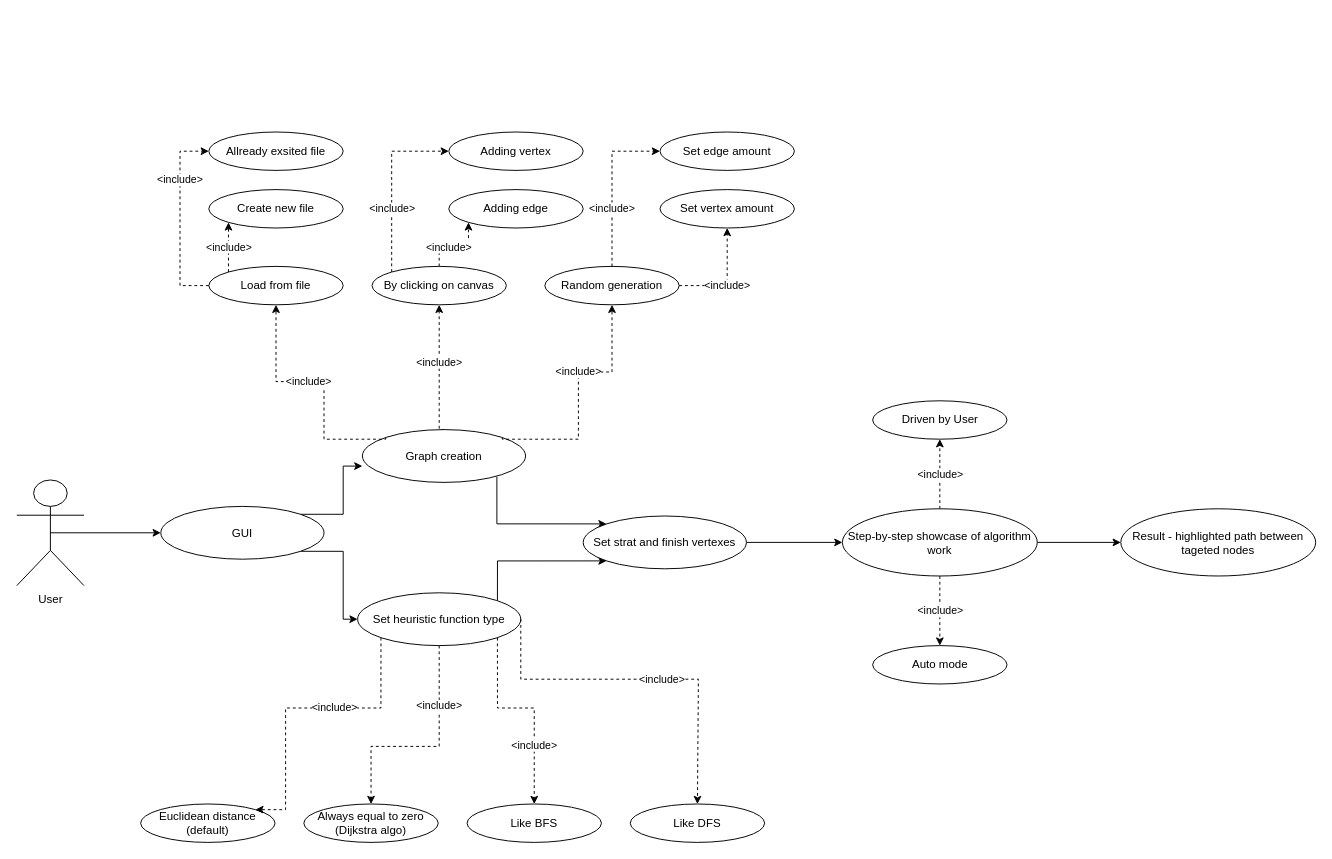
Above: Specifications/uml_use_case.drawio in VladimirLyubimov/9381_summer_practice_2021 (draw.io), before the change. Source tidied: cells renumbered, new cells numbered last; positions are measured from the earlier drawing's top-left corner, leaving out a move shared by most shapes. Both pictures are drawn from the tidied source at 96%, with x=0, y=0 at pixel (16, 132).
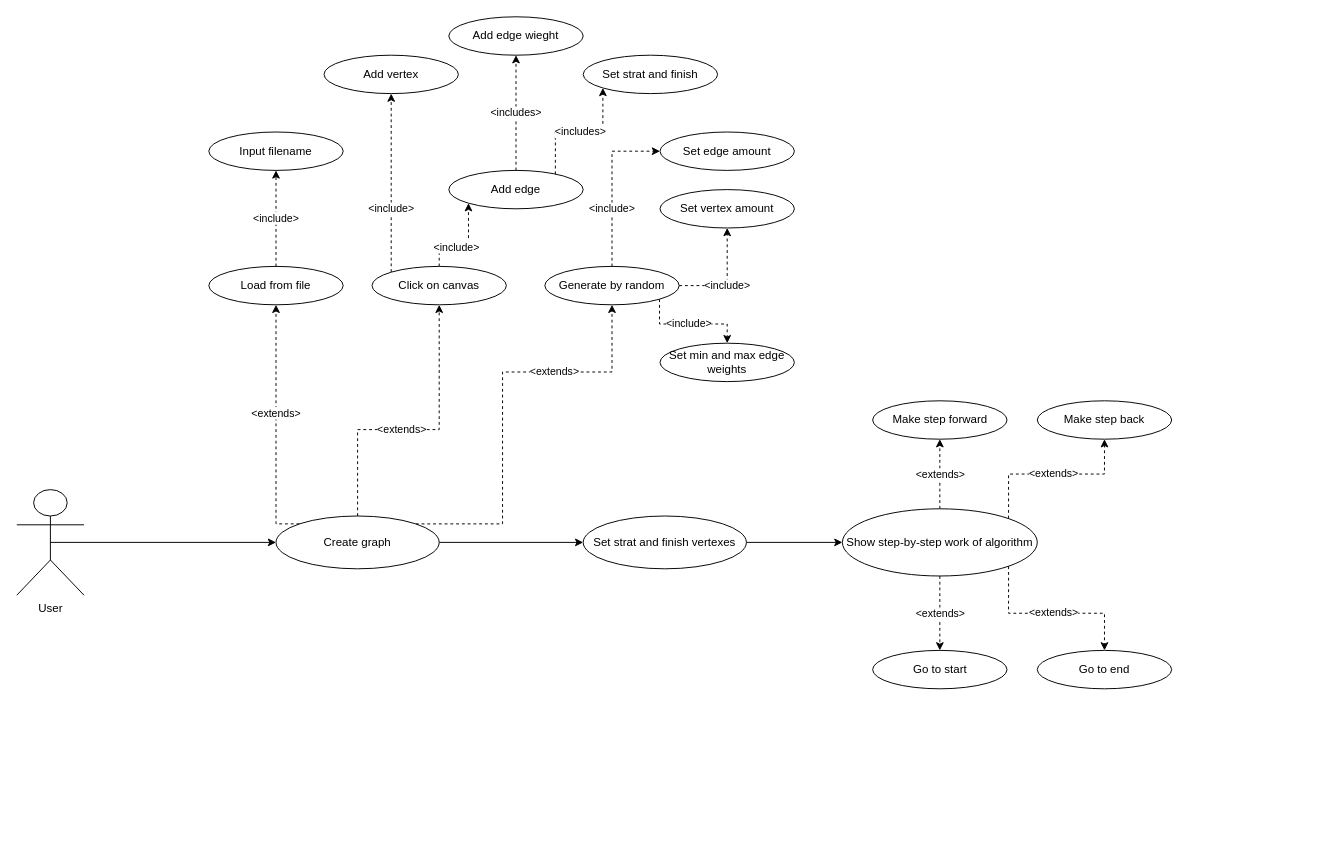
After the change.

Commit message (it also covers changes not shown here):
Update uml use case

Unchanged cells that the change refers to:
```xml
<mxCell id="12" value="Load from file" style="ellipse;whiteSpace=wrap;html=1;" parent="1" vertex="1">
  <mxGeometry x="200" y="140" width="140" height="40" as="geometry" />
</mxCell>
<mxCell id="22" value="Set strat and finish vertexes" style="ellipse;whiteSpace=wrap;html=1;" parent="1" vertex="1">
  <mxGeometry x="590" y="400" width="170" height="55" as="geometry" />
</mxCell>
```

Change to the diagram source:
```diff
@@
-    <mxCell id="2" style="edgeStyle=orthogonalEdgeStyle;rounded=0;jettySize=auto;html=1;exitX=0.5;exitY=0.5;exitDx=0;exitDy=0;exitPerimeter=0;entryX=0;entryY=0.5;entryDx=0;entryDy=0;startArrow=none;startFill=0;" parent="1" edge="1" source="3" target="11">
-      <mxGeometry relative="1" as="geometry" />
-    </mxCell>
+    <mxCell id="46" style="edgeStyle=orthogonalEdgeStyle;rounded=0;jettySize=auto;html=1;exitX=0.5;exitY=0.5;exitDx=0;exitDy=0;exitPerimeter=0;entryX=0;entryY=0.5;entryDx=0;entryDy=0;" parent="1" edge="1" source="3" target="6">
+      <mxGeometry relative="1" as="geometry" />
+    </mxCell>
     <mxCell id="3" value="User" style="shape=umlActor;verticalLabelPosition=bottom;verticalAlign=top;html=1;outlineConnect=0;" parent="1" vertex="1">
-      <mxGeometry y="362.5" width="70" height="110" as="geometry" />
+      <mxGeometry y="372.5" width="70" height="110" as="geometry" />
     </mxCell>
-    <mxCell id="4" value="&amp;lt;include&amp;gt;" style="edgeStyle=orthogonalEdgeStyle;rounded=0;jettySize=auto;html=1;exitX=0.5;exitY=0;exitDx=0;exitDy=0;entryX=0.5;entryY=1;entryDx=0;entryDy=0;startArrow=none;startFill=0;endArrow=classic;endFill=1;dashed=1;" parent="1" edge="1" source="6" target="13">
-      <mxGeometry x="0.11" relative="1" as="geometry">
+    <mxCell id="4" value="&amp;lt;extends&amp;gt;" style="edgeStyle=orthogonalEdgeStyle;rounded=0;jettySize=auto;html=1;exitX=0.5;exitY=0;exitDx=0;exitDy=0;entryX=0.5;entryY=1;entryDx=0;entryDy=0;startArrow=none;startFill=0;endArrow=classic;endFill=1;dashed=1;" parent="1" edge="1" source="6" target="13">
+      <mxGeometry x="-0.11" relative="1" as="geometry">
         <Array as="points">
           <mxPoint x="440" y="310" />
         </Array>
       </mxGeometry>
     </mxCell>
-    <mxCell id="5" style="edgeStyle=orthogonalEdgeStyle;jettySize=auto;html=1;exitX=0.824;exitY=0.891;exitDx=0;exitDy=0;entryX=0;entryY=0;entryDx=0;entryDy=0;startArrow=none;startFill=0;endArrow=classic;endFill=1;rounded=0;exitPerimeter=0;" parent="1" edge="1" source="6" target="22">
-      <mxGeometry relative="1" as="geometry">
-        <Array as="points">
-          <mxPoint x="500" y="408" />
-        </Array>
-      </mxGeometry>
+    <mxCell id="5" style="edgeStyle=orthogonalEdgeStyle;rounded=0;jettySize=auto;html=1;exitX=1;exitY=0.5;exitDx=0;exitDy=0;entryX=0;entryY=0.5;entryDx=0;entryDy=0;" parent="1" edge="1" source="6" target="22">
+      <mxGeometry relative="1" as="geometry" />
     </mxCell>
-    <mxCell id="6" value="Graph creation" style="ellipse;whiteSpace=wrap;html=1;" parent="1" vertex="1">
-      <mxGeometry x="360" y="310" width="170" height="55" as="geometry" />
+    <mxCell id="6" value="Create graph" style="ellipse;whiteSpace=wrap;html=1;" parent="1" vertex="1">
+      <mxGeometry x="270" y="400" width="170" height="55" as="geometry" />
     </mxCell>
-    <mxCell id="7" style="edgeStyle=orthogonalEdgeStyle;rounded=0;jettySize=auto;html=1;exitX=1;exitY=0;exitDx=0;exitDy=0;entryX=0;entryY=1;entryDx=0;entryDy=0;startArrow=none;startFill=0;endArrow=classic;endFill=1;" parent="1" edge="1" source="8" target="22">
-      <mxGeometry relative="1" as="geometry">
-        <Array as="points">
-          <mxPoint x="501" y="447" />
-        </Array>
-      </mxGeometry>
-    </mxCell>
-    <mxCell id="8" value="Set heuristic function type" style="ellipse;whiteSpace=wrap;html=1;" parent="1" vertex="1">
-      <mxGeometry x="355" y="480" width="170" height="55" as="geometry" />
-    </mxCell>
-    <mxCell id="9" style="edgeStyle=orthogonalEdgeStyle;rounded=0;jettySize=auto;html=1;exitX=1;exitY=0;exitDx=0;exitDy=0;entryX=0;entryY=0.691;entryDx=0;entryDy=0;entryPerimeter=0;startArrow=none;startFill=0;endArrow=classic;endFill=1;" parent="1" edge="1" source="11" target="6">
-      <mxGeometry relative="1" as="geometry" />
-    </mxCell>
-    <mxCell id="10" style="edgeStyle=orthogonalEdgeStyle;rounded=0;jettySize=auto;html=1;exitX=1;exitY=1;exitDx=0;exitDy=0;entryX=0;entryY=0.5;entryDx=0;entryDy=0;startArrow=none;startFill=0;endArrow=classic;endFill=1;" parent="1" edge="1" source="11" target="8">
-      <mxGeometry relative="1" as="geometry">
-        <Array as="points">
-          <mxPoint x="340" y="437" />
-          <mxPoint x="340" y="508" />
-        </Array>
-      </mxGeometry>
-    </mxCell>
-    <mxCell id="11" value="GUI" style="ellipse;whiteSpace=wrap;html=1;" parent="1" vertex="1">
-      <mxGeometry x="150" y="390" width="170" height="55" as="geometry" />
-    </mxCell>
@@
-    <mxCell id="13" value="By clicking on canvas" style="ellipse;whiteSpace=wrap;html=1;" parent="1" vertex="1">
+    <mxCell id="13" value="Click on canvas" style="ellipse;whiteSpace=wrap;html=1;" parent="1" vertex="1">
       <mxGeometry x="370" y="140" width="140" height="40" as="geometry" />
     </mxCell>
-    <mxCell id="14" value="Random generation" style="ellipse;whiteSpace=wrap;html=1;" parent="1" vertex="1">
+    <mxCell id="14" value="Generate by random" style="ellipse;whiteSpace=wrap;html=1;" parent="1" vertex="1">
       <mxGeometry x="550" y="140" width="140" height="40" as="geometry" />
     </mxCell>
-    <mxCell id="15" value="Adding vertex" style="ellipse;whiteSpace=wrap;html=1;" parent="1" vertex="1">
-      <mxGeometry x="450" width="140" height="40" as="geometry" />
+    <mxCell id="15" value="Add vertex" style="ellipse;whiteSpace=wrap;html=1;" parent="1" vertex="1">
+      <mxGeometry x="320" y="-80" width="140" height="40" as="geometry" />
     </mxCell>
+    <mxCell id="47" value="&amp;lt;includes&amp;gt;" style="edgeStyle=orthogonalEdgeStyle;rounded=0;jettySize=auto;html=1;exitX=0.5;exitY=0;exitDx=0;exitDy=0;entryX=0.5;entryY=1;entryDx=0;entryDy=0;dashed=1;" parent="1" edge="1" source="16" target="56">
+      <mxGeometry relative="1" as="geometry" />
+    </mxCell>
-    <mxCell id="16" value="Adding edge" style="ellipse;whiteSpace=wrap;html=1;" parent="1" vertex="1">
-      <mxGeometry x="450" y="60" width="140" height="40" as="geometry" />
+    <mxCell id="16" value="Add edge" style="ellipse;whiteSpace=wrap;html=1;" parent="1" vertex="1">
+      <mxGeometry x="450" y="40" width="140" height="40" as="geometry" />
     </mxCell>
@@
-    <mxCell id="19" value="Allready exsited file" style="ellipse;whiteSpace=wrap;html=1;" parent="1" vertex="1">
+    <mxCell id="19" value="Input filename" style="ellipse;whiteSpace=wrap;html=1;" parent="1" vertex="1">
       <mxGeometry x="200" width="140" height="40" as="geometry" />
     </mxCell>
-    <mxCell id="20" value="Create new file" style="ellipse;whiteSpace=wrap;html=1;" parent="1" vertex="1">
-      <mxGeometry x="200" y="60" width="140" height="40" as="geometry" />
-    </mxCell>
@@
-    <mxCell id="23" value="Euclidean distance (default)" style="ellipse;whiteSpace=wrap;html=1;" parent="1" vertex="1">
-      <mxGeometry x="129" y="700" width="140" height="40" as="geometry" />
-    </mxCell>
-    <mxCell id="24" value="Always equal to zero (Dijkstra algo)" style="ellipse;whiteSpace=wrap;html=1;" parent="1" vertex="1">
-      <mxGeometry x="299" y="700" width="140" height="40" as="geometry" />
-    </mxCell>
-    <mxCell id="25" value="Like DFS" style="ellipse;whiteSpace=wrap;html=1;" parent="1" vertex="1">
-      <mxGeometry x="639" y="700" width="140" height="40" as="geometry" />
-    </mxCell>
-    <mxCell id="26" value="Like BFS" style="ellipse;whiteSpace=wrap;html=1;" parent="1" vertex="1">
-      <mxGeometry x="469" y="700" width="140" height="40" as="geometry" />
-    </mxCell>
-    <mxCell id="27" style="edgeStyle=orthogonalEdgeStyle;rounded=0;jettySize=auto;html=1;exitX=1;exitY=0.5;exitDx=0;exitDy=0;entryX=0;entryY=0.5;entryDx=0;entryDy=0;startArrow=none;startFill=0;endArrow=classic;endFill=1;" parent="1" edge="1" source="30" target="31">
-      <mxGeometry relative="1" as="geometry" />
-    </mxCell>
-    <mxCell id="28" value="&amp;lt;include&amp;gt;" style="edgeStyle=orthogonalEdgeStyle;rounded=0;jettySize=auto;html=1;exitX=0.5;exitY=0;exitDx=0;exitDy=0;entryX=0.5;entryY=1;entryDx=0;entryDy=0;startArrow=none;startFill=0;endArrow=classic;endFill=1;dashed=1;" parent="1" edge="1" source="30" target="45">
+    <mxCell id="28" value="&amp;lt;extends&amp;gt;" style="edgeStyle=orthogonalEdgeStyle;rounded=0;jettySize=auto;html=1;exitX=0.5;exitY=0;exitDx=0;exitDy=0;entryX=0.5;entryY=1;entryDx=0;entryDy=0;startArrow=none;startFill=0;endArrow=classic;endFill=1;dashed=1;" parent="1" edge="1" source="30" target="45">
       <mxGeometry relative="1" as="geometry" />
     </mxCell>
-    <mxCell id="29" value="&amp;lt;include&amp;gt;" style="edgeStyle=orthogonalEdgeStyle;rounded=0;jettySize=auto;html=1;exitX=0.5;exitY=1;exitDx=0;exitDy=0;entryX=0.5;entryY=0;entryDx=0;entryDy=0;dashed=1;startArrow=none;startFill=0;endArrow=classic;endFill=1;" parent="1" edge="1" source="30" target="44">
-      <mxGeometry relative="1" as="geometry" />
-    </mxCell>
-    <mxCell id="30" value="Step-by-step showcase of algorithm work" style="ellipse;whiteSpace=wrap;html=1;" parent="1" vertex="1">
+    <mxCell id="30" value="Show step-by-step work of algorithm" style="ellipse;whiteSpace=wrap;html=1;" parent="1" vertex="1">
       <mxGeometry x="860" y="392.5" width="203" height="70" as="geometry" />
     </mxCell>
-    <mxCell id="31" value="Result - highlighted path between tageted nodes" style="ellipse;whiteSpace=wrap;html=1;" parent="1" vertex="1">
-      <mxGeometry x="1150" y="392.5" width="203" height="70" as="geometry" />
-    </mxCell>
-    <mxCell id="32" value="&amp;lt;include&amp;gt;" style="edgeStyle=orthogonalEdgeStyle;rounded=0;jettySize=auto;html=1;exitX=0;exitY=0;exitDx=0;exitDy=0;entryX=0.5;entryY=1;entryDx=0;entryDy=0;startArrow=none;startFill=0;endArrow=classic;endFill=1;dashed=1;" parent="1" edge="1" source="6" target="12">
+    <mxCell id="32" value="&amp;lt;extends&amp;gt;" style="edgeStyle=orthogonalEdgeStyle;rounded=0;jettySize=auto;html=1;exitX=0;exitY=0;exitDx=0;exitDy=0;entryX=0.5;entryY=1;entryDx=0;entryDy=0;startArrow=none;startFill=0;endArrow=classic;endFill=1;dashed=1;" parent="1" edge="1" source="6" target="12">
       <mxGeometry x="0.11" relative="1" as="geometry">
         <Array as="points">
-          <mxPoint x="384" y="320" />
-          <mxPoint x="320" y="320" />
-          <mxPoint x="320" y="260" />
-          <mxPoint x="270" y="260" />
+          <mxPoint x="270" y="408" />
         </Array>
       </mxGeometry>
     </mxCell>
-    <mxCell id="33" value="&amp;lt;include&amp;gt;" style="edgeStyle=orthogonalEdgeStyle;rounded=0;jettySize=auto;html=1;exitX=1;exitY=0;exitDx=0;exitDy=0;entryX=0.5;entryY=1;entryDx=0;entryDy=0;startArrow=none;startFill=0;endArrow=classic;endFill=1;dashed=1;" parent="1" edge="1" source="6" target="14">
-      <mxGeometry x="0.18" relative="1" as="geometry">
+    <mxCell id="33" value="&amp;lt;extends&amp;gt;" style="edgeStyle=orthogonalEdgeStyle;rounded=0;jettySize=auto;html=1;exitX=1;exitY=0;exitDx=0;exitDy=0;entryX=0.5;entryY=1;entryDx=0;entryDy=0;startArrow=none;startFill=0;endArrow=classic;endFill=1;dashed=1;" parent="1" edge="1" source="6" target="14">
+      <mxGeometry x="0.4" relative="1" as="geometry">
         <Array as="points">
-          <mxPoint x="506" y="320" />
-          <mxPoint x="585" y="320" />
-          <mxPoint x="585" y="250" />
+          <mxPoint x="506" y="408" />
+          <mxPoint x="506" y="250" />
           <mxPoint x="620" y="250" />
         </Array>
       </mxGeometry>
     </mxCell>
-    <mxCell id="34" value="&amp;lt;include&amp;gt;" style="edgeStyle=orthogonalEdgeStyle;rounded=0;jettySize=auto;html=1;exitX=0;exitY=0;exitDx=0;exitDy=0;entryX=0;entryY=1;entryDx=0;entryDy=0;startArrow=none;startFill=0;endArrow=classic;endFill=1;dashed=1;" parent="1" edge="1" source="12" target="20">
-      <mxGeometry relative="1" as="geometry">
-        <Array as="points">
-          <mxPoint x="221" y="120" />
-          <mxPoint x="221" y="120" />
-        </Array>
-      </mxGeometry>
-    </mxCell>
-    <mxCell id="35" value="&amp;lt;include&amp;gt;" style="edgeStyle=orthogonalEdgeStyle;rounded=0;jettySize=auto;html=1;exitX=0;exitY=0.5;exitDx=0;exitDy=0;startArrow=none;startFill=0;endArrow=classic;endFill=1;dashed=1;" parent="1" edge="1" source="12">
-      <mxGeometry x="0.4" relative="1" as="geometry">
-        <mxPoint x="200" y="20" as="targetPoint" />
+    <mxCell id="35" value="&amp;lt;include&amp;gt;" style="edgeStyle=orthogonalEdgeStyle;rounded=0;jettySize=auto;html=1;exitX=0.5;exitY=0;exitDx=0;exitDy=0;startArrow=none;startFill=0;endArrow=classic;endFill=1;dashed=1;entryX=0.5;entryY=1;entryDx=0;entryDy=0;" parent="1" edge="1" source="12" target="19">
+      <mxGeometry relative="1" as="geometry">
         <Array as="points">
-          <mxPoint x="170" y="160" />
+          <mxPoint x="270" y="130" />
+          <mxPoint x="270" y="130" />
         </Array>
       </mxGeometry>
     </mxCell>
@@
-    <mxCell id="37" value="&amp;lt;include&amp;gt;" style="edgeStyle=orthogonalEdgeStyle;rounded=0;jettySize=auto;html=1;exitX=0;exitY=0;exitDx=0;exitDy=0;entryX=0;entryY=0.5;entryDx=0;entryDy=0;startArrow=none;startFill=0;endArrow=classic;endFill=1;dashed=1;" parent="1" edge="1" source="13" target="15">
+    <mxCell id="37" value="&amp;lt;include&amp;gt;" style="edgeStyle=orthogonalEdgeStyle;rounded=0;jettySize=auto;html=1;exitX=0;exitY=0;exitDx=0;exitDy=0;entryX=0.5;entryY=1;entryDx=0;entryDy=0;startArrow=none;startFill=0;endArrow=classic;endFill=1;dashed=1;" parent="1" edge="1" source="13" target="15">
       <mxGeometry x="-0.29" relative="1" as="geometry">
         <Array as="points">
-          <mxPoint x="391" y="20" />
+          <mxPoint x="391" y="-40" />
         </Array>
       </mxGeometry>
     </mxCell>
@@
-    <mxCell id="40" value="&amp;lt;include&amp;gt;" style="edgeStyle=orthogonalEdgeStyle;rounded=0;jettySize=auto;html=1;exitX=1;exitY=0.5;exitDx=0;exitDy=0;entryX=0.5;entryY=0;entryDx=0;entryDy=0;startArrow=none;startFill=0;endArrow=classic;endFill=1;dashed=1;" parent="1" edge="1" source="8" target="25">
-      <mxGeometry x="0.1" relative="1" as="geometry">
-        <Array as="points">
-          <mxPoint x="525" y="570" />
-          <mxPoint x="710" y="570" />
-        </Array>
-        <mxPoint x="1" as="offset" />
-      </mxGeometry>
-    </mxCell>
-    <mxCell id="41" value="&amp;lt;include&amp;gt;" style="edgeStyle=orthogonalEdgeStyle;rounded=0;jettySize=auto;html=1;exitX=1;exitY=1;exitDx=0;exitDy=0;entryX=0.5;entryY=0;entryDx=0;entryDy=0;startArrow=none;startFill=0;endArrow=classic;endFill=1;dashed=1;" parent="1" edge="1" source="8" target="26">
-      <mxGeometry x="0.43" relative="1" as="geometry">
-        <Array as="points">
-          <mxPoint x="501" y="600" />
-          <mxPoint x="539" y="600" />
-        </Array>
-      </mxGeometry>
-    </mxCell>
-    <mxCell id="42" value="&amp;lt;include&amp;gt;" style="edgeStyle=orthogonalEdgeStyle;rounded=0;jettySize=auto;html=1;exitX=0.5;exitY=1;exitDx=0;exitDy=0;entryX=0.5;entryY=0;entryDx=0;entryDy=0;startArrow=none;startFill=0;endArrow=classic;endFill=1;dashed=1;" parent="1" edge="1" source="8" target="24">
-      <mxGeometry x="-0.47" relative="1" as="geometry">
-        <Array as="points">
-          <mxPoint x="440" y="640" />
-          <mxPoint x="369" y="640" />
-        </Array>
-      </mxGeometry>
-    </mxCell>
-    <mxCell id="43" value="&amp;lt;include&amp;gt;" style="edgeStyle=orthogonalEdgeStyle;rounded=0;jettySize=auto;html=1;exitX=0;exitY=1;exitDx=0;exitDy=0;entryX=1;entryY=0;entryDx=0;entryDy=0;startArrow=none;startFill=0;endArrow=classic;endFill=1;dashed=1;" parent="1" edge="1" source="8" target="23">
-      <mxGeometry x="-0.21" relative="1" as="geometry">
-        <Array as="points">
-          <mxPoint x="379" y="600" />
-          <mxPoint x="280" y="600" />
-          <mxPoint x="280" y="706" />
-        </Array>
-      </mxGeometry>
-    </mxCell>
-    <mxCell id="44" value="Auto mode" style="ellipse;whiteSpace=wrap;html=1;" parent="1" vertex="1">
-      <mxGeometry x="891.5" y="535" width="140" height="40" as="geometry" />
-    </mxCell>
-    <mxCell id="45" value="Driven by User" style="ellipse;whiteSpace=wrap;html=1;" parent="1" vertex="1">
+    <mxCell id="45" value="Make step forward" style="ellipse;whiteSpace=wrap;html=1;" parent="1" vertex="1">
       <mxGeometry x="891.5" y="280" width="140" height="40" as="geometry" />
     </mxCell>
+    <mxCell id="48" value="Make step back" style="ellipse;whiteSpace=wrap;html=1;" parent="1" vertex="1">
+      <mxGeometry x="1063" y="280" width="140" height="40" as="geometry" />
+    </mxCell>
+    <mxCell id="49" value="Go to start" style="ellipse;whiteSpace=wrap;html=1;" parent="1" vertex="1">
+      <mxGeometry x="891.5" y="540" width="140" height="40" as="geometry" />
+    </mxCell>
+    <mxCell id="50" value="Go to end" style="ellipse;whiteSpace=wrap;html=1;" parent="1" vertex="1">
+      <mxGeometry x="1063" y="540" width="140" height="40" as="geometry" />
+    </mxCell>
+    <mxCell id="51" value="&amp;lt;extends&amp;gt;" style="edgeStyle=orthogonalEdgeStyle;rounded=0;jettySize=auto;html=1;exitX=1;exitY=0;exitDx=0;exitDy=0;entryX=0.5;entryY=1;entryDx=0;entryDy=0;startArrow=none;startFill=0;endArrow=classic;endFill=1;dashed=1;" parent="1" edge="1" source="30" target="48">
+      <mxGeometry x="0.02" relative="1" as="geometry" />
+    </mxCell>
+    <mxCell id="52" value="&amp;lt;extends&amp;gt;" style="edgeStyle=orthogonalEdgeStyle;rounded=0;jettySize=auto;html=1;exitX=0.5;exitY=1;exitDx=0;exitDy=0;entryX=0.5;entryY=0;entryDx=0;entryDy=0;startArrow=none;startFill=0;endArrow=classic;endFill=1;dashed=1;" parent="1" edge="1" source="30" target="49">
+      <mxGeometry relative="1" as="geometry" />
+    </mxCell>
+    <mxCell id="53" value="&amp;lt;extends&amp;gt;" style="edgeStyle=orthogonalEdgeStyle;rounded=0;jettySize=auto;html=1;exitX=1;exitY=1;exitDx=0;exitDy=0;entryX=0.5;entryY=0;entryDx=0;entryDy=0;startArrow=none;startFill=0;endArrow=classic;endFill=1;dashed=1;" parent="1" edge="1" source="30" target="50">
+      <mxGeometry x="0.02" relative="1" as="geometry" />
+    </mxCell>
+    <mxCell id="54" value="Set min and max edge weights" style="ellipse;whiteSpace=wrap;html=1;" parent="1" vertex="1">
+      <mxGeometry x="670" y="220" width="140" height="40" as="geometry" />
+    </mxCell>
+    <mxCell id="55" value="&amp;lt;include&amp;gt;" style="edgeStyle=orthogonalEdgeStyle;rounded=0;jettySize=auto;html=1;exitX=1;exitY=1;exitDx=0;exitDy=0;startArrow=none;startFill=0;endArrow=classic;endFill=1;dashed=1;entryX=0.5;entryY=0;entryDx=0;entryDy=0;" parent="1" edge="1" source="14" target="54">
+      <mxGeometry x="-0.03" relative="1" as="geometry">
+        <Array as="points">
+          <mxPoint x="670" y="200" />
+          <mxPoint x="740" y="200" />
+        </Array>
+      </mxGeometry>
+    </mxCell>
+    <mxCell id="56" value="Add edge wieght" style="ellipse;whiteSpace=wrap;html=1;" parent="1" vertex="1">
+      <mxGeometry x="450" y="-120" width="140" height="40" as="geometry" />
+    </mxCell>
+    <mxCell id="57" value="Set strat and finish" style="ellipse;whiteSpace=wrap;html=1;" parent="1" vertex="1">
+      <mxGeometry x="590" y="-80" width="140" height="40" as="geometry" />
+    </mxCell>
+    <mxCell id="58" value="&amp;lt;includes&amp;gt;" style="edgeStyle=orthogonalEdgeStyle;rounded=0;jettySize=auto;html=1;exitX=0.793;exitY=0.1;exitDx=0;exitDy=0;entryX=0;entryY=1;entryDx=0;entryDy=0;dashed=1;exitPerimeter=0;" parent="1" edge="1" source="16" target="57">
+      <mxGeometry relative="1" as="geometry" />
+    </mxCell>
```
